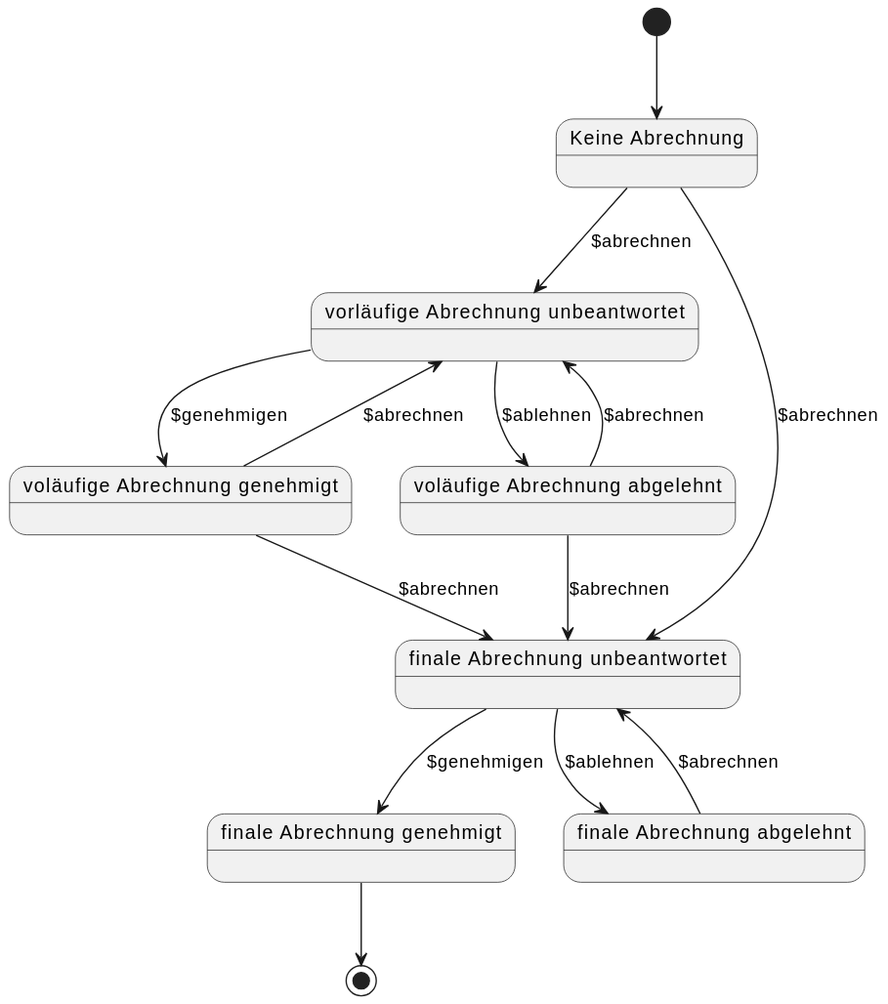
Above: input/images/plantuml/moped-fall-abrechnen/abrechnen-zustaende.svg in HL7Austria/ELGA-MOPED-R5 (PlantUML), before the change. Its diagram source:
```plantuml
@startuml
state "Keine Abrechnung" as A
state "vorläufige Abrechnung unbeantwortet" as B
state "voläufige Abrechnung genehmigt" as C
state "voläufige Abrechnung abgelehnt" as D
state "finale Abrechnung unbeantwortet" as E
state "finale Abrechnung genehmigt" as F
state "finale Abrechnung abgelehnt" as G

[*] --> A
A --> B : $abrechnen
A --> E : $abrechnen
B --> C : $genehmigen
B --> D : $ablehnen
D --> B : $abrechnen
C --> B : $abrechnen
C --> E : $abrechnen
D --> E : $abrechnen
E --> F : $genehmigen
E --> G : $ablehnen
G --> E : $abrechnen
F --> [*]
@enduml
```
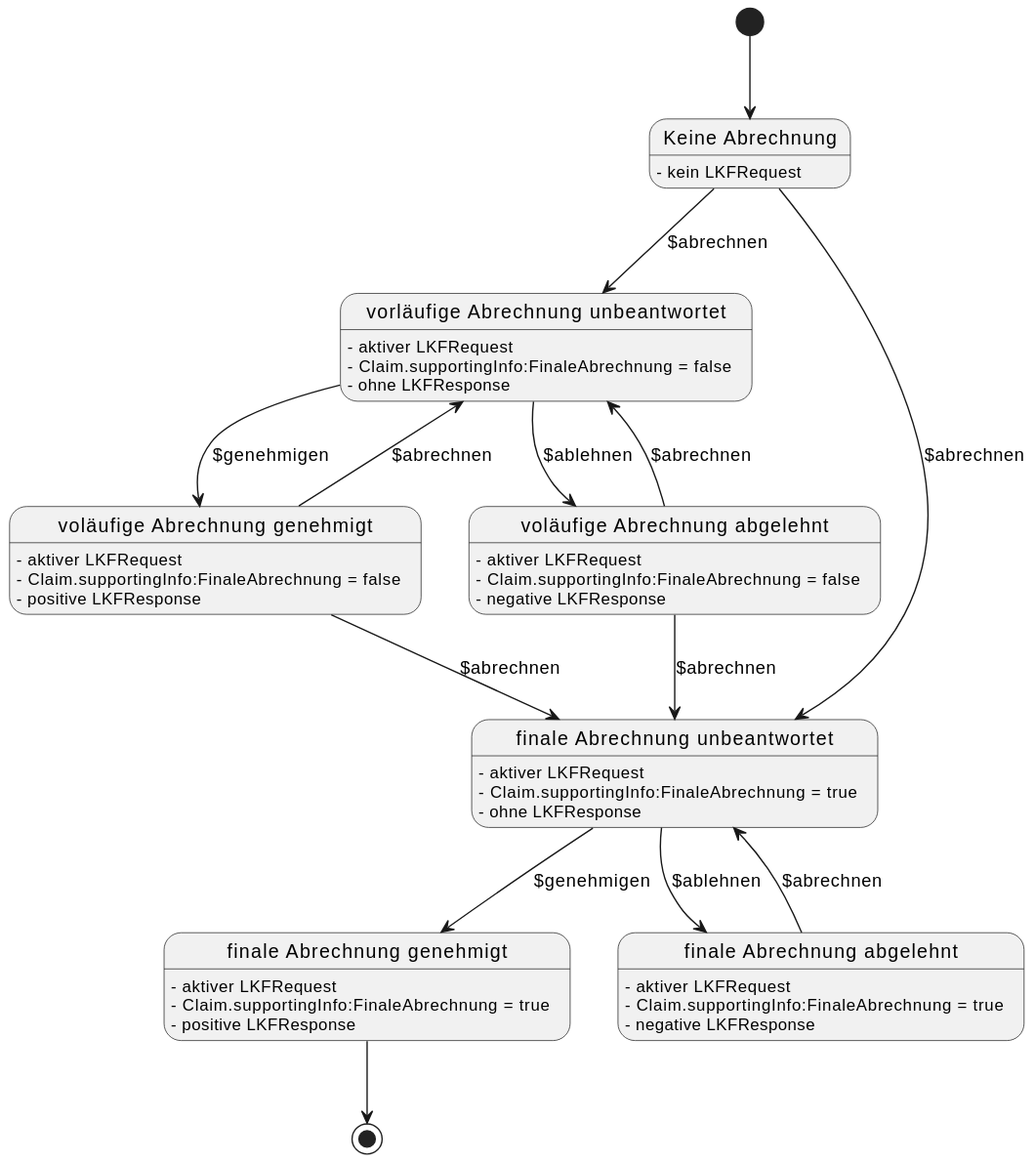
Above is the later version.

Change to the diagram source:
```diff
@@ -6,6 +6,15 @@
 state "finale Abrechnung unbeantwortet" as E
 state "finale Abrechnung genehmigt" as F
 state "finale Abrechnung abgelehnt" as G
+
+A:  - kein LKFRequest
+B:  - aktiver LKFRequest\n- Claim.supportingInfo:FinaleAbrechnung = false\n- ohne LKFResponse
+C:  - aktiver LKFRequest\n- Claim.supportingInfo:FinaleAbrechnung = false\n- positive LKFResponse
+D:  - aktiver LKFRequest\n- Claim.supportingInfo:FinaleAbrechnung = false\n- negative LKFResponse
+E:  - aktiver LKFRequest\n- Claim.supportingInfo:FinaleAbrechnung = true\n- ohne LKFResponse
+F:  - aktiver LKFRequest\n- Claim.supportingInfo:FinaleAbrechnung = true\n- positive LKFResponse
+G:  - aktiver LKFRequest\n- Claim.supportingInfo:FinaleAbrechnung = true\n- negative LKFResponse
+
 
 [*] --> A
 A --> B : $abrechnen
```
